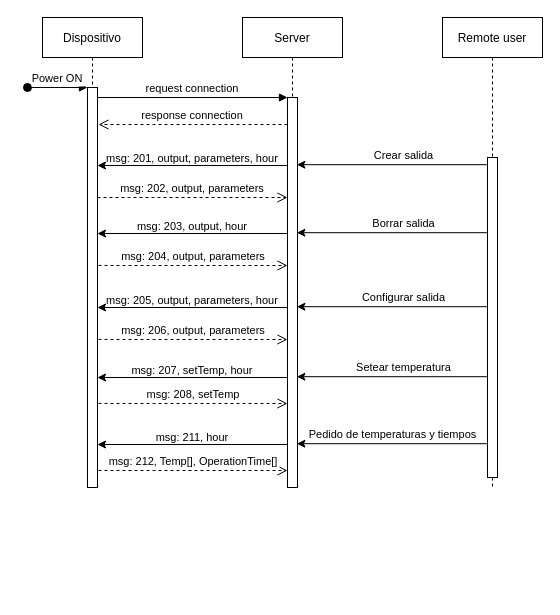
The draw.io diagram Informes/Imagenes/Final/draw.io/Secuencia.drawio in JuanCozzi/Trabajo_Final, before the edit. Source tidied: cells renumbered, new cells numbered last; positions are measured from the earlier drawing's top-left corner, leaving out a move shared by most shapes. Both pictures are drawn from the tidied source at 100%, with x=0, y=0 at pixel (27, 17).
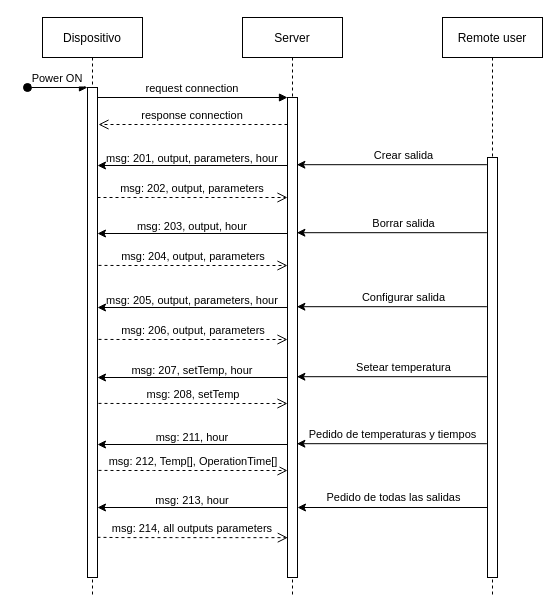
The same page after the edit.

Commit message (it also covers changes not shown here):
Cambio en ID de dispositivo. Actualizado diagrama de secuencia.

Diff of the diagram source:
```diff
@@
     <mxCell id="2" value="Dispositivo" style="shape=umlLifeline;perimeter=lifelinePerimeter;rounded=0;shadow=0;strokeWidth=1;" parent="1" vertex="1">
-      <mxGeometry x="15" width="100" height="470" as="geometry" />
+      <mxGeometry x="15" width="100" height="580" as="geometry" />
     </mxCell>
     <mxCell id="3" style="points=[];perimeter=orthogonalPerimeter;rounded=0;shadow=0;strokeWidth=1;gradientColor=#FFFFFF;" parent="2" vertex="1">
-      <mxGeometry x="45" y="70" width="10" height="400" as="geometry" />
+      <mxGeometry x="45" y="70" width="10" height="490" as="geometry" />
     </mxCell>
@@
     <mxCell id="5" value="Server" style="shape=umlLifeline;perimeter=lifelinePerimeter;rounded=0;shadow=0;strokeWidth=1;" parent="1" vertex="1">
-      <mxGeometry x="215" width="100" height="470" as="geometry" />
+      <mxGeometry x="215" width="100" height="580" as="geometry" />
     </mxCell>
     <mxCell id="6" style="points=[];perimeter=orthogonalPerimeter;rounded=0;shadow=0;strokeWidth=1;" parent="5" vertex="1">
-      <mxGeometry x="45" y="80" width="10" height="390" as="geometry" />
+      <mxGeometry x="45" y="80" width="10" height="480" as="geometry" />
     </mxCell>
@@
     <mxCell id="9" value="Remote user" style="shape=umlLifeline;perimeter=lifelinePerimeter;rounded=0;shadow=0;strokeWidth=1;" parent="1" vertex="1">
-      <mxGeometry x="415" width="100" height="470" as="geometry" />
+      <mxGeometry x="415" width="100" height="580" as="geometry" />
     </mxCell>
     <mxCell id="10" style="perimeter=orthogonalPerimeter;rounded=0;shadow=0;strokeWidth=1;" parent="9" vertex="1">
-      <mxGeometry x="45" y="140" width="10" height="320" as="geometry" />
+      <mxGeometry x="45" y="140" width="10" height="420" as="geometry" />
     </mxCell>
@@
+    <mxCell id="36" style="endArrow=classic;html=1;exitX=-0.056;exitY=0.001;exitDx=0;exitDy=0;exitPerimeter=0;entryX=0.944;entryY=0.251;entryDx=0;entryDy=0;entryPerimeter=0;" parent="1" edge="1">
+      <mxGeometry relative="1" as="geometry">
+        <mxPoint x="260" y="490" as="sourcePoint" />
+        <mxPoint x="70" y="490" as="targetPoint" />
+      </mxGeometry>
+    </mxCell>
+    <mxCell id="37" value="msg: 213, hour&amp;nbsp;" style="edgeLabel;html=1;align=center;verticalAlign=middle;" parent="36" vertex="1">
+      <mxGeometry x="-0.16" y="-1" relative="1" as="geometry">
+        <mxPoint x="-15" y="-7" as="offset" />
+      </mxGeometry>
+    </mxCell>
+    <mxCell id="38" style="endArrow=classic;html=1;exitX=-0.056;exitY=0.001;exitDx=0;exitDy=0;exitPerimeter=0;entryX=0.944;entryY=0.251;entryDx=0;entryDy=0;entryPerimeter=0;" parent="1" edge="1">
+      <mxGeometry relative="1" as="geometry">
+        <mxPoint x="460" y="490" as="sourcePoint" />
+        <mxPoint x="270" y="490" as="targetPoint" />
+      </mxGeometry>
+    </mxCell>
+    <mxCell id="39" value="Pedido de todas las salidas" style="edgeLabel;html=1;align=center;verticalAlign=middle;" parent="38" vertex="1">
+      <mxGeometry x="-0.12" y="1" relative="1" as="geometry">
+        <mxPoint x="-11" y="-11.2" as="offset" />
+      </mxGeometry>
+    </mxCell>
+    <mxCell id="40" value="msg: 214, all outputs parameters" style="verticalAlign=bottom;endArrow=open;dashed=1;endSize=8;shadow=0;strokeWidth=1;exitX=0.997;exitY=0.918;exitDx=0;exitDy=0;exitPerimeter=0;entryX=0.031;entryY=0.917;entryDx=0;entryDy=0;entryPerimeter=0;" parent="1" edge="1" source="3" target="6">
+      <mxGeometry relative="1" as="geometry">
+        <Array as="points">
+          <mxPoint x="95" y="520.1" />
+          <mxPoint x="140" y="520.1" />
+        </Array>
+      </mxGeometry>
+    </mxCell>
```
